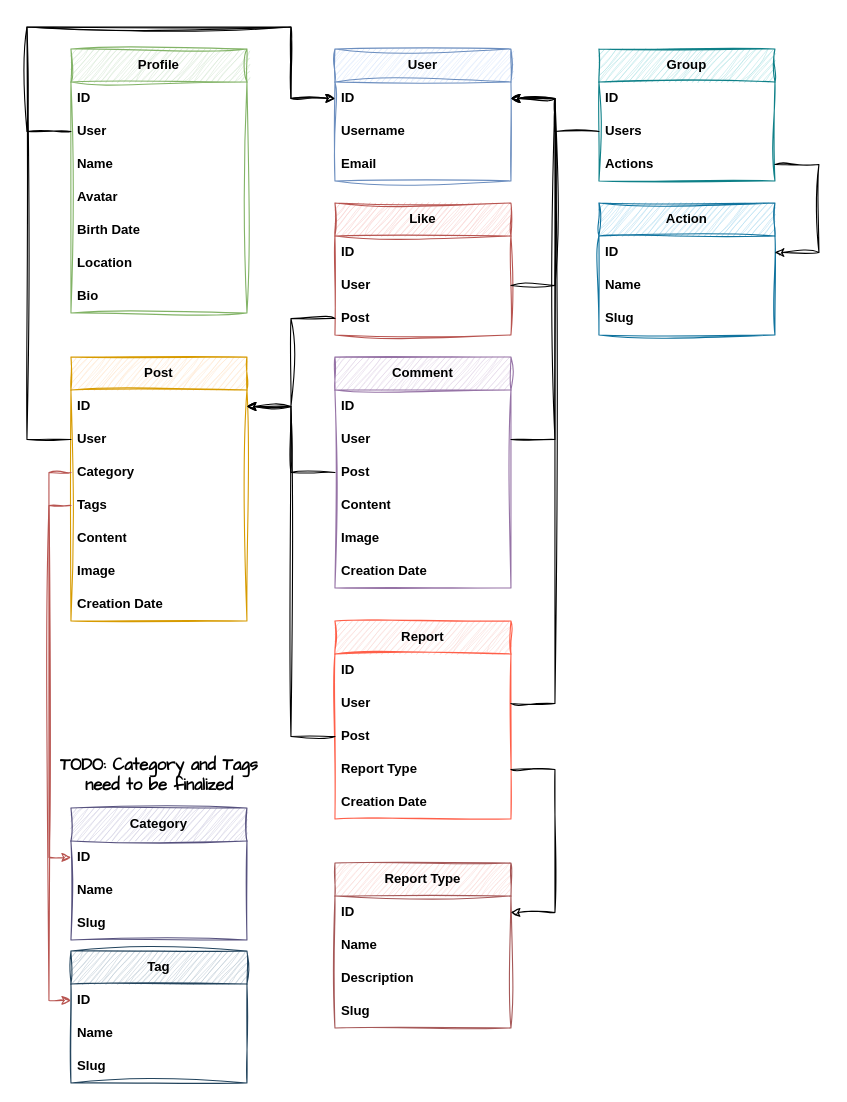
This is models.drawio from SirDalbag/django-mvt-social-media, a draw.io file, before an edit. Source tidied: cells renumbered, new cells numbered last; positions are measured from the earlier drawing's top-left corner, leaving out a move shared by most shapes. Both pictures are drawn from the tidied source at 110%, with x=0, y=0 at pixel (21, 26).
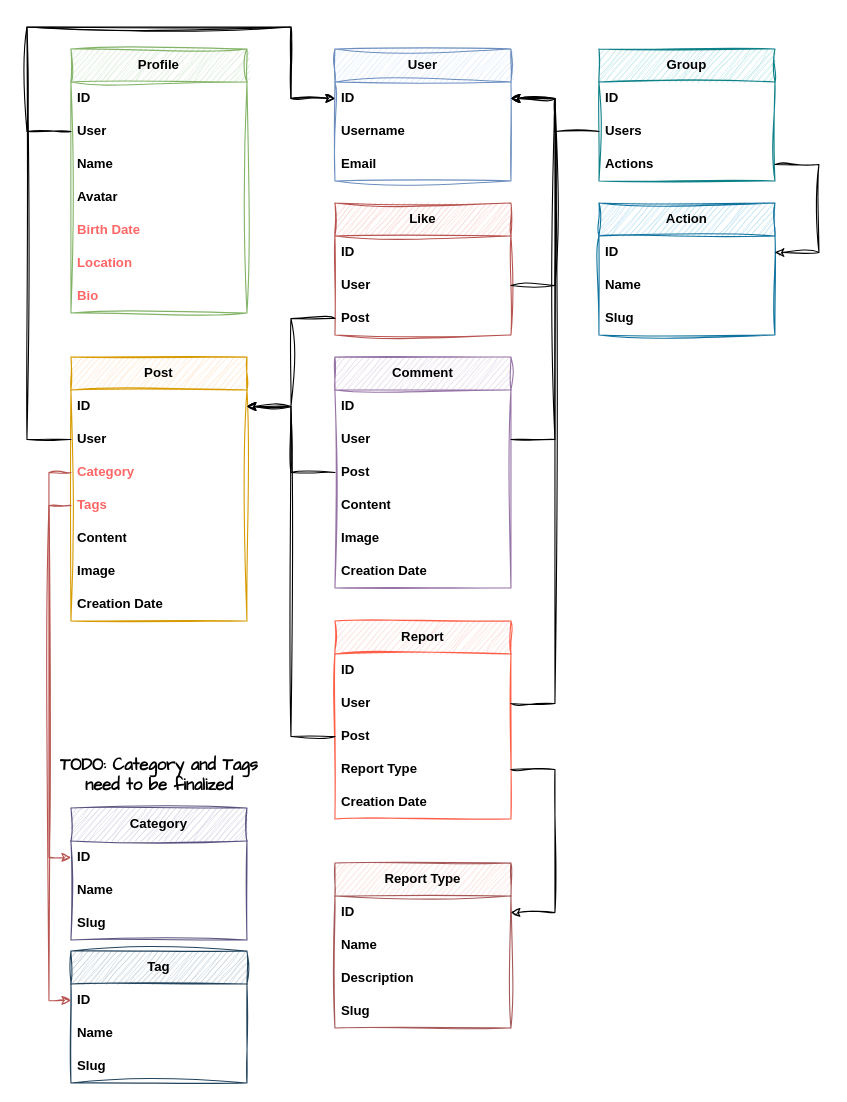
After the change.

Unchanged cells that the change refers to:
```xml
<mxCell id="6" value="Profile" style="swimlane;fontStyle=1;horizontal=1;startSize=30;whiteSpace=wrap;html=1;fillColor=#d5e8d4;strokeColor=#82b366;fontFamily=Helvetica;rounded=0;sketch=1;curveFitting=1;jiggle=2;" parent="1" vertex="1">
  <mxGeometry x="45" y="20" width="160" height="240" as="geometry" />
</mxCell>
<mxCell id="14" value="Post" style="swimlane;fontStyle=1;horizontal=1;startSize=30;whiteSpace=wrap;html=1;fillColor=#ffe6cc;strokeColor=#d79b00;fontFamily=Helvetica;align=center;rounded=0;sketch=1;curveFitting=1;jiggle=2;" parent="1" vertex="1">
  <mxGeometry x="45" y="300" width="160" height="240" as="geometry" />
</mxCell>
```

The edit, as a diff of the source:
```diff
@@
-    <mxCell id="11" value="Birth Date" style="text;strokeColor=none;fillColor=none;align=left;verticalAlign=middle;spacingLeft=4;spacingRight=4;overflow=hidden;whiteSpace=wrap;html=1;fontFamily=Helvetica;fontStyle=1;rounded=0;sketch=1;curveFitting=1;jiggle=2;" parent="6" vertex="1">
+    <mxCell id="11" value="Birth Date" style="text;strokeColor=none;fillColor=none;align=left;verticalAlign=middle;spacingLeft=4;spacingRight=4;overflow=hidden;whiteSpace=wrap;html=1;fontFamily=Helvetica;fontStyle=1;rounded=0;sketch=1;curveFitting=1;jiggle=2;fontColor=#FF6666;" parent="6" vertex="1">
       <mxGeometry y="150" width="160" height="30" as="geometry" />
     </mxCell>
-    <mxCell id="12" value="Location" style="text;strokeColor=none;fillColor=none;align=left;verticalAlign=middle;spacingLeft=4;spacingRight=4;overflow=hidden;whiteSpace=wrap;html=1;fontFamily=Helvetica;fontStyle=1;rounded=0;sketch=1;curveFitting=1;jiggle=2;" parent="6" vertex="1">
+    <mxCell id="12" value="Location" style="text;strokeColor=none;fillColor=none;align=left;verticalAlign=middle;spacingLeft=4;spacingRight=4;overflow=hidden;whiteSpace=wrap;html=1;fontFamily=Helvetica;fontStyle=1;rounded=0;sketch=1;curveFitting=1;jiggle=2;fontColor=#FF6666;" parent="6" vertex="1">
       <mxGeometry y="180" width="160" height="30" as="geometry" />
     </mxCell>
-    <mxCell id="13" value="Bio" style="text;strokeColor=none;fillColor=none;align=left;verticalAlign=middle;spacingLeft=4;spacingRight=4;overflow=hidden;whiteSpace=wrap;html=1;fontFamily=Helvetica;fontStyle=1;rounded=0;sketch=1;curveFitting=1;jiggle=2;" parent="6" vertex="1">
+    <mxCell id="13" value="Bio" style="text;strokeColor=none;fillColor=none;align=left;verticalAlign=middle;spacingLeft=4;spacingRight=4;overflow=hidden;whiteSpace=wrap;html=1;fontFamily=Helvetica;fontStyle=1;rounded=0;sketch=1;curveFitting=1;jiggle=2;fontColor=#FF6666;" parent="6" vertex="1">
       <mxGeometry y="210" width="160" height="30" as="geometry" />
     </mxCell>
@@
-    <mxCell id="17" value="Category" style="text;strokeColor=none;fillColor=none;align=left;verticalAlign=middle;spacingLeft=4;spacingRight=4;overflow=hidden;points=[[0,0.5],[1,0.5]];portConstraint=eastwest;whiteSpace=wrap;html=1;fontFamily=Helvetica;fontStyle=1;rounded=0;sketch=1;curveFitting=1;jiggle=2;" parent="14" vertex="1">
+    <mxCell id="17" value="Category" style="text;strokeColor=none;fillColor=none;align=left;verticalAlign=middle;spacingLeft=4;spacingRight=4;overflow=hidden;points=[[0,0.5],[1,0.5]];portConstraint=eastwest;whiteSpace=wrap;html=1;fontFamily=Helvetica;fontStyle=1;rounded=0;sketch=1;curveFitting=1;jiggle=2;fontColor=#FF6666;" parent="14" vertex="1">
       <mxGeometry y="90" width="160" height="30" as="geometry" />
     </mxCell>
-    <mxCell id="18" value="Tags" style="text;strokeColor=none;fillColor=none;align=left;verticalAlign=middle;spacingLeft=4;spacingRight=4;overflow=hidden;points=[[0,0.5],[1,0.5]];portConstraint=eastwest;whiteSpace=wrap;html=1;fontFamily=Helvetica;fontStyle=1;rounded=0;sketch=1;curveFitting=1;jiggle=2;" parent="14" vertex="1">
+    <mxCell id="18" value="Tags" style="text;strokeColor=none;fillColor=none;align=left;verticalAlign=middle;spacingLeft=4;spacingRight=4;overflow=hidden;points=[[0,0.5],[1,0.5]];portConstraint=eastwest;whiteSpace=wrap;html=1;fontFamily=Helvetica;fontStyle=1;rounded=0;sketch=1;curveFitting=1;jiggle=2;fontColor=#FF6666;" parent="14" vertex="1">
       <mxGeometry y="120" width="160" height="30" as="geometry" />
     </mxCell>
```
